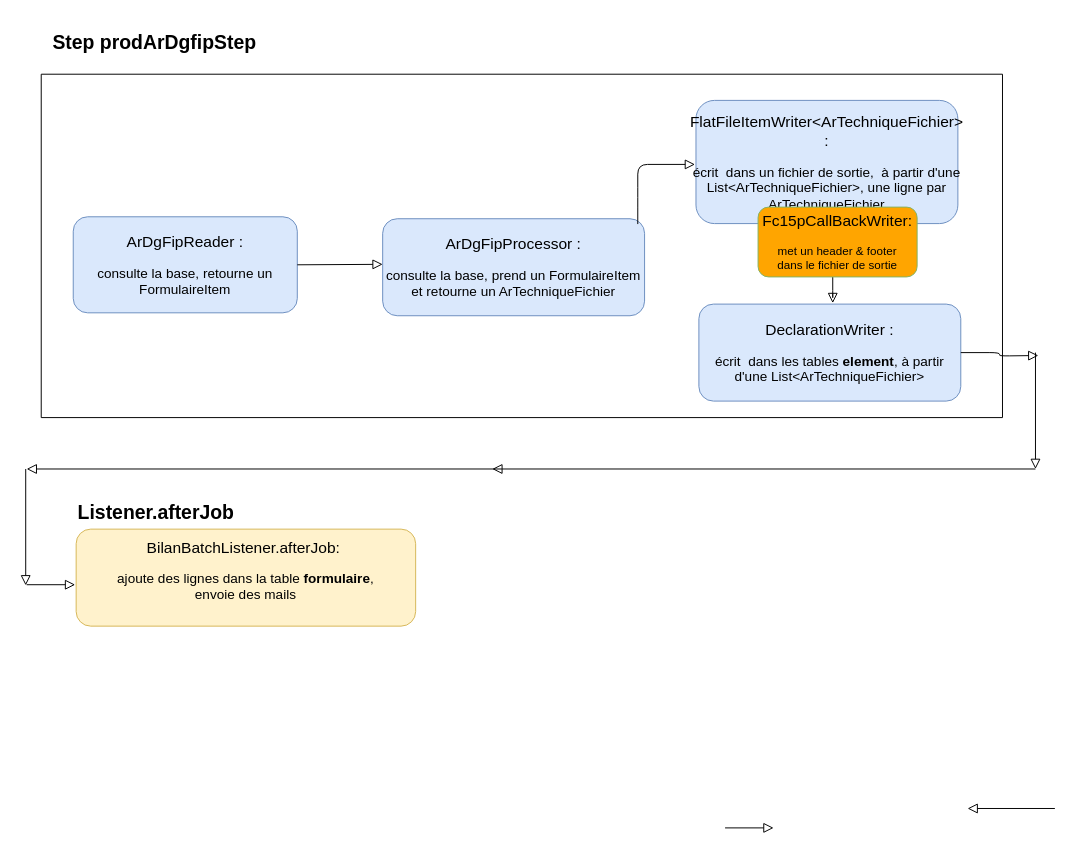
This is flux_decipam_ar_dgfip.drawio from ewan-delanoy/uml_diagram, a draw.io file, before an edit. Source tidied: cells renumbered, new cells numbered last; positions are measured from the earlier drawing's top-left corner, leaving out a move shared by most shapes. Both pictures are drawn from the tidied source at 97%, with x=0, y=0 at pixel (25, 16).
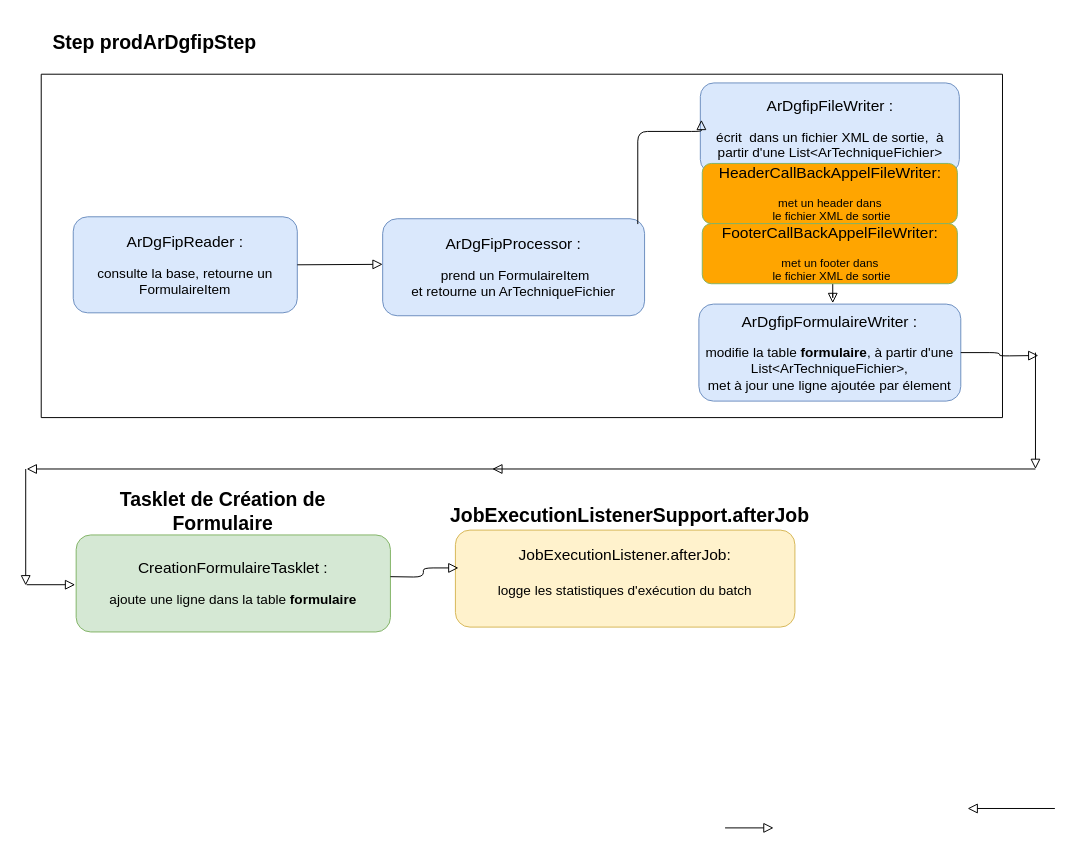
After the change.

Commit message:
Mettre à jour flux_decipam_ar_dgfip.drawio

The edit, as a diff of the source:
```diff
@@
-    <mxCell id="2" value="&lt;font style=&quot;font-size: 16px;&quot;&gt;BilanBatchListener.afterJob:&amp;nbsp;&lt;/font&gt; &lt;div&gt;&lt;br&gt;&lt;/div&gt;&lt;font style=&quot;font-size: 14px;&quot;&gt;ajoute des lignes dans la table &lt;b&gt;formulaire&lt;/b&gt;, &lt;br&gt;envoie des mails&lt;/font&gt;&lt;div&gt;&lt;br/&gt;&lt;/div&gt;" style="rounded=1;whiteSpace=wrap;html=1;fontSize=12;glass=0;strokeWidth=1;shadow=0;fillColor=#fff2cc;strokeColor=#d6b656;" parent="1" vertex="1">
-      <mxGeometry x="52" y="528" width="350" height="100" as="geometry" />
-    </mxCell>
-    <mxCell id="3" value="&lt;font size=&quot;1&quot;&gt;&lt;b style=&quot;font-size: 20px;&quot;&gt;Listener.afterJob&lt;/b&gt;&lt;/font&gt;" style="text;whiteSpace=wrap;html=1;rounded=1;" parent="1" vertex="1">
-      <mxGeometry x="52" y="492" width="210" height="50" as="geometry" />
-    </mxCell>
@@
-    <mxCell id="5" value="&lt;font style=&quot;font-size: 16px;&quot;&gt;ArDgFipProcessor :&lt;/font&gt; &lt;div&gt;&lt;br&gt;&lt;/div&gt;&lt;font style=&quot;font-size: 14px;&quot;&gt;consulte la base, prend un FormulaireItem &lt;br&gt;et retourne un ArTechniqueFichier &lt;br&gt;&lt;/font&gt;" style="rounded=1;whiteSpace=wrap;html=1;fontSize=12;glass=0;strokeWidth=1;shadow=0;fillColor=#dae8fc;strokeColor=#6c8ebf;" parent="1" vertex="1">
+    <mxCell id="5" value="&lt;font style=&quot;font-size: 16px;&quot;&gt;ArDgFipProcessor :&lt;/font&gt; &lt;div&gt;&lt;br&gt;&lt;/div&gt;&lt;font style=&quot;font-size: 14px;&quot;&gt;&amp;nbsp;prend un FormulaireItem &lt;br&gt;et retourne un ArTechniqueFichier &lt;br&gt;&lt;/font&gt;" style="rounded=1;whiteSpace=wrap;html=1;fontSize=12;glass=0;strokeWidth=1;shadow=0;fillColor=#dae8fc;strokeColor=#6c8ebf;" parent="1" vertex="1">
       <mxGeometry x="368" y="208" width="270" height="100" as="geometry" />
     </mxCell>
@@
-    <mxCell id="8" value="&lt;font style=&quot;font-size: 16px;&quot;&gt;DeclarationWriter :&lt;/font&gt; &lt;div&gt;&lt;br&gt;&lt;/div&gt;&lt;font style=&quot;font-size: 14px;&quot;&gt;écrit&amp;nbsp; dans les tables &lt;b&gt;element&lt;/b&gt;, à partir d'une List&amp;lt;ArTechniqueFichier&amp;gt;&lt;/font&gt;" style="rounded=1;whiteSpace=wrap;html=1;fontSize=12;glass=0;strokeWidth=1;shadow=0;fillColor=#dae8fc;strokeColor=#6c8ebf;" parent="1" vertex="1">
+    <mxCell id="8" value="&lt;font style=&quot;font-size: 16px;&quot;&gt;ArDgfipFormulaireWriter :&lt;/font&gt; &lt;div&gt;&lt;br&gt;&lt;/div&gt;&lt;font style=&quot;font-size: 14px;&quot;&gt;modifie la table &lt;b&gt;formulaire&lt;/b&gt;, à partir d'une List&amp;lt;ArTechniqueFichier&amp;gt;,&lt;br&gt;met à jour une ligne ajoutée par élement &lt;br&gt;&lt;/font&gt;" style="rounded=1;whiteSpace=wrap;html=1;fontSize=12;glass=0;strokeWidth=1;shadow=0;fillColor=#dae8fc;strokeColor=#6c8ebf;" parent="1" vertex="1">
       <mxGeometry x="694" y="296" width="270" height="100" as="geometry" />
     </mxCell>
@@
-    <mxCell id="11" style="edgeStyle=orthogonalEdgeStyle;rounded=1;html=1;jettySize=auto;orthogonalLoop=1;fontSize=11;endArrow=block;endFill=0;endSize=8;strokeWidth=1;shadow=0;labelBackgroundColor=none;" parent="1" edge="1">
+    <mxCell id="11" style="edgeStyle=orthogonalEdgeStyle;rounded=1;html=1;jettySize=auto;fontSize=11;endArrow=block;endFill=0;endSize=8;strokeWidth=1;shadow=0;labelBackgroundColor=none;" parent="1" edge="1" source="26">
       <mxGeometry y="10" relative="1" as="geometry">
-        <mxPoint x="832" y="261" as="sourcePoint" />
         <mxPoint x="832" y="295" as="targetPoint" />
         <Array as="points">
           <mxPoint x="832" y="292" />
           <mxPoint x="832" y="292" />
         </Array>
       </mxGeometry>
     </mxCell>
@@
-    <mxCell id="18" value="&lt;font style=&quot;font-size: 16px;&quot;&gt;FlatFileItemWriter&amp;lt;ArTechniqueFichier&amp;gt; :&lt;/font&gt; &lt;div&gt;&lt;br&gt;&lt;/div&gt;&lt;font style=&quot;font-size: 14px;&quot;&gt;écrit&amp;nbsp; dans un fichier de sortie,&amp;nbsp; à partir d'une List&amp;lt;ArTechniqueFichier&amp;gt;, une ligne par&lt;br&gt;ArTechniqueFichier&lt;br&gt;&lt;/font&gt;" style="rounded=1;whiteSpace=wrap;html=1;fontSize=12;glass=0;strokeWidth=1;shadow=0;fillColor=#dae8fc;strokeColor=#6c8ebf;" parent="1" vertex="1">
-      <mxGeometry x="691" y="86" width="270" height="127" as="geometry" />
+    <mxCell id="18" value="&lt;font style=&quot;font-size: 16px;&quot;&gt;ArDgfipFileWriter :&lt;/font&gt; &lt;div&gt;&lt;br&gt;&lt;/div&gt;&lt;font style=&quot;font-size: 14px;&quot;&gt;écrit&amp;nbsp; dans un fichier XML de sortie,&amp;nbsp; à partir d'une List&amp;lt;ArTechniqueFichier&amp;gt;&lt;/font&gt;" style="rounded=1;whiteSpace=wrap;html=1;fontSize=12;glass=0;strokeWidth=1;shadow=0;fillColor=#dae8fc;strokeColor=#6c8ebf;" parent="1" vertex="1">
+      <mxGeometry x="695.5" y="68" width="267" height="93" as="geometry" />
     </mxCell>
-    <mxCell id="19" value="&lt;font style=&quot;font-size: 16px;&quot;&gt;Fc15pCallBackWriter:&lt;/font&gt; &lt;div&gt;&lt;br&gt;&lt;/div&gt;met un header &amp;amp; footer &lt;br&gt;dans le fichier de sortie " style="rounded=1;whiteSpace=wrap;html=1;fontSize=12;glass=0;strokeWidth=1;shadow=0;fillColor=orange;strokeColor=#82b366;" parent="1" vertex="1">
-      <mxGeometry x="755" y="196" width="164" height="72" as="geometry" />
+    <mxCell id="19" value="&lt;font style=&quot;font-size: 16px;&quot;&gt;HeaderCallBackAppelFileWriter:&lt;/font&gt; &lt;div&gt;&lt;br&gt;&lt;/div&gt;met un header dans&lt;br&gt;&amp;nbsp;le fichier XML de sortie " style="rounded=1;whiteSpace=wrap;html=1;fontSize=12;glass=0;strokeWidth=1;shadow=0;fillColor=orange;strokeColor=#82b366;" parent="1" vertex="1">
+      <mxGeometry x="697.5" y="151" width="263" height="62" as="geometry" />
     </mxCell>
@@
-    <mxCell id="21" style="edgeStyle=orthogonalEdgeStyle;rounded=1;html=1;jettySize=auto;orthogonalLoop=1;fontSize=11;endArrow=block;endFill=0;endSize=8;strokeWidth=1;shadow=0;labelBackgroundColor=none;" parent="1" edge="1">
+    <mxCell id="21" style="edgeStyle=orthogonalEdgeStyle;rounded=1;html=1;jettySize=auto;fontSize=11;endArrow=block;endFill=0;endSize=8;strokeWidth=1;shadow=0;labelBackgroundColor=none;entryX=0.004;entryY=0.409;entryDx=0;entryDy=0;entryPerimeter=0;" parent="1" edge="1" target="18">
       <mxGeometry y="10" relative="1" as="geometry">
         <mxPoint x="631" y="213.5" as="sourcePoint" />
-        <mxPoint x="690" y="152" as="targetPoint" />
         <Array as="points">
-          <mxPoint x="631" y="186" />
-          <mxPoint x="631" y="186" />
+          <mxPoint x="631" y="118" />
         </Array>
       </mxGeometry>
     </mxCell>
@@
+    <mxCell id="25" style="edgeStyle=orthogonalEdgeStyle;rounded=1;html=1;jettySize=auto;fontSize=11;endArrow=block;endFill=0;endSize=8;strokeWidth=1;shadow=0;labelBackgroundColor=none;" parent="1" edge="1" target="26">
+      <mxGeometry y="10" relative="1" as="geometry">
+        <mxPoint x="832" y="261" as="sourcePoint" />
+      </mxGeometry>
+    </mxCell>
+    <mxCell id="26" value="&lt;font style=&quot;font-size: 16px;&quot;&gt;FooterCallBackAppelFileWriter:&lt;/font&gt; &lt;div&gt;&lt;br&gt;&lt;/div&gt;met un footer dans&lt;br&gt;&amp;nbsp;le fichier XML de sortie " style="rounded=1;whiteSpace=wrap;html=1;fontSize=12;glass=0;strokeWidth=1;shadow=0;fillColor=orange;strokeColor=#82b366;" parent="1" vertex="1">
+      <mxGeometry x="697.5" y="213" width="263" height="62" as="geometry" />
+    </mxCell>
+    <mxCell id="27" value="&lt;font style=&quot;font-size: 16px;&quot;&gt;JobExecutionListener.afterJob: &lt;br&gt;&lt;br&gt;&lt;/font&gt;&lt;div style=&quot;font-size: 14px;&quot;&gt;lo&lt;font style=&quot;font-size: 14px;&quot;&gt;gge les statistiques d'exécution du batch&lt;/font&gt;&lt;br&gt;&lt;/div&gt;&lt;font style=&quot;font-size: 14px;&quot;&gt;&lt;/font&gt;&lt;div&gt;&lt;br&gt;&lt;/div&gt;" style="rounded=1;whiteSpace=wrap;html=1;fontSize=12;glass=0;strokeWidth=1;shadow=0;fillColor=#fff2cc;strokeColor=#d6b656;" parent="1" vertex="1">
+      <mxGeometry x="443" y="529" width="350" height="100" as="geometry" />
+    </mxCell>
+    <mxCell id="28" value="&lt;font size=&quot;1&quot;&gt;&lt;b style=&quot;font-size: 20px;&quot;&gt;JobExecutionListenerSupport.afterJob&lt;/b&gt;&lt;/font&gt;" style="text;whiteSpace=wrap;html=1;rounded=1;" parent="1" vertex="1">
+      <mxGeometry x="436" y="495" width="373" height="50" as="geometry" />
+    </mxCell>
+    <mxCell id="29" value="&lt;font style=&quot;font-size: 16px;&quot;&gt;CreationFormulaireTasklet :&lt;/font&gt; &lt;div&gt;&lt;br&gt;&lt;/div&gt;&lt;font style=&quot;font-size: 14px;&quot;&gt;ajoute une ligne dans la table &lt;b&gt;formulaire&lt;/b&gt;&lt;/font&gt;" style="rounded=1;whiteSpace=wrap;html=1;fontSize=12;glass=0;strokeWidth=1;shadow=0;fillColor=#d5e8d4;strokeColor=#82b366;" parent="1" vertex="1">
+      <mxGeometry x="52" y="534" width="324" height="100" as="geometry" />
+    </mxCell>
+    <mxCell id="30" style="edgeStyle=orthogonalEdgeStyle;rounded=1;html=1;jettySize=auto;fontSize=11;endArrow=block;endFill=0;endSize=8;strokeWidth=1;shadow=0;labelBackgroundColor=none;entryX=0.009;entryY=0.39;entryDx=0;entryDy=0;entryPerimeter=0;" parent="1" edge="1" target="27">
+      <mxGeometry y="10" relative="1" as="geometry">
+        <mxPoint x="376" y="577" as="sourcePoint" />
+      </mxGeometry>
+    </mxCell>
+    <mxCell id="31" value="&lt;font size=&quot;1&quot;&gt;&lt;b style=&quot;font-size: 20px;&quot;&gt;Tasklet de Création de Formulaire&lt;br&gt;&lt;/b&gt;&lt;/font&gt;" style="text;html=1;align=center;verticalAlign=middle;whiteSpace=wrap;rounded=1;" parent="1" vertex="1">
+      <mxGeometry x="52" y="486" width="303" height="46" as="geometry" />
+    </mxCell>
```
